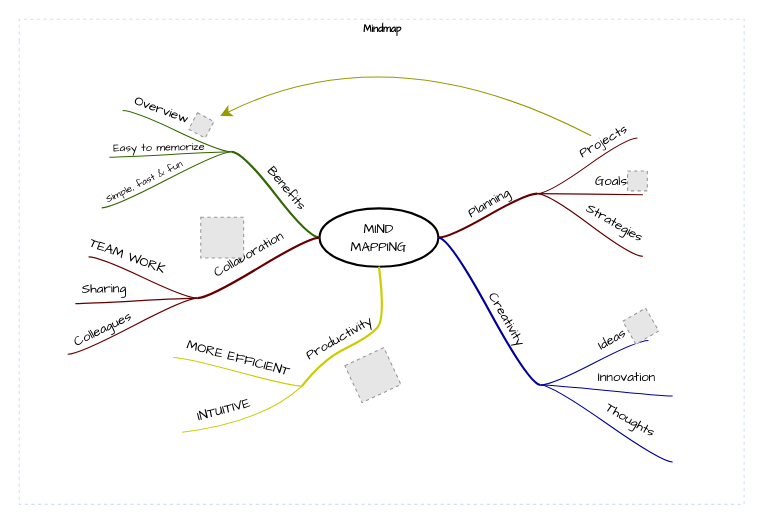
This is Untitled Diagram.drawio from IZeMgg/wincro, a draw.io file, before an edit. Source tidied: cells renumbered, new cells numbered last; positions are measured from the earlier drawing's top-left corner, leaving out a move shared by most shapes. Both pictures are drawn from the tidied source at 110%, with x=0, y=0 at pixel (19, 19). Pictures stored in the file or linked from it are replaced by grey dashed boxes.
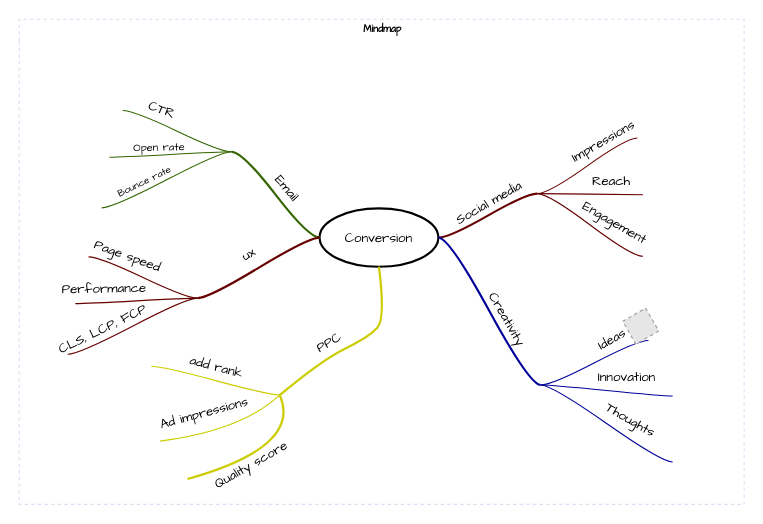
The same diagram, later.

Unchanged cells that the change refers to:
```xml
<mxCell id="2" value="Mindmap" style="swimlane;html=1;startSize=20;horizontal=1;containerType=tree;labelBackgroundColor=none;strokeColor=#D4E1F5;strokeWidth=1;fillColor=none;fontFamily=Comic Sans MS;fontSize=9;swimlaneLine=0;dashed=1;" parent="1" vertex="1">
  <mxGeometry width="659" height="441" as="geometry" />
</mxCell>
<mxCell id="5" style="edgeStyle=entityRelationEdgeStyle;startArrow=none;endArrow=none;segment=10;curved=1;strokeWidth=2;strokeColor=#660000;rounded=0;fontSize=12;startSize=8;endSize=8;" parent="2" edge="1" source="3" target="4">
  <mxGeometry relative="1" as="geometry" />
</mxCell>
<mxCell id="8" style="edgeStyle=entityRelationEdgeStyle;startArrow=none;endArrow=none;segment=10;curved=1;strokeColor=#660000;rounded=0;fontSize=12;startSize=8;endSize=8;" parent="2" edge="1" source="4" target="7">
  <mxGeometry relative="1" as="geometry" />
</mxCell>
<mxCell id="10" style="whiteSpace=wrap;html=1;rounded=1;arcSize=50;align=center;verticalAlign=middle;strokeWidth=1;spacing=4;" parent="2" vertex="1">
  <mxGeometry x="567" y="159" height="1" as="geometry" />
</mxCell>
<mxCell id="11" style="edgeStyle=entityRelationEdgeStyle;startArrow=none;endArrow=none;segment=10;curved=1;strokeColor=#660000;rounded=0;fontSize=12;startSize=8;endSize=8;" parent="2" edge="1" source="4" target="10">
  <mxGeometry relative="1" as="geometry" />
</mxCell>
<mxCell id="14" style="edgeStyle=entityRelationEdgeStyle;startArrow=none;endArrow=none;segment=10;curved=1;strokeColor=#660000;rounded=0;fontSize=12;startSize=8;endSize=8;" parent="2" edge="1" source="4" target="13">
  <mxGeometry relative="1" as="geometry" />
</mxCell>
<mxCell id="32" style="whiteSpace=wrap;html=1;rounded=1;arcSize=50;align=center;verticalAlign=middle;strokeWidth=1;spacing=4;" parent="2" vertex="1">
  <mxGeometry x="193" y="120" height="1" as="geometry" />
</mxCell>
<mxCell id="33" style="edgeStyle=entityRelationEdgeStyle;startArrow=none;endArrow=none;segment=10;curved=1;strokeWidth=2;strokeColor=#336600;rounded=0;fontSize=12;startSize=8;endSize=8;" parent="2" edge="1" source="3" target="32">
  <mxGeometry relative="1" as="geometry" />
</mxCell>
<mxCell id="36" style="edgeStyle=entityRelationEdgeStyle;startArrow=none;endArrow=none;segment=10;curved=1;strokeColor=#336600;rounded=0;fontSize=12;startSize=8;endSize=8;" parent="2" edge="1" source="32" target="35">
  <mxGeometry relative="1" as="geometry" />
</mxCell>
<mxCell id="39" style="edgeStyle=entityRelationEdgeStyle;startArrow=none;endArrow=none;segment=10;curved=1;strokeColor=#336600;rounded=0;fontSize=12;startSize=8;endSize=8;" parent="2" edge="1" source="32" target="38">
  <mxGeometry relative="1" as="geometry" />
</mxCell>
<mxCell id="42" style="edgeStyle=entityRelationEdgeStyle;startArrow=none;endArrow=none;segment=10;curved=1;strokeColor=#336600;rounded=0;fontSize=12;startSize=8;endSize=8;" parent="2" edge="1" source="32" target="41">
  <mxGeometry relative="1" as="geometry" />
</mxCell>
<mxCell id="47" style="whiteSpace=wrap;html=1;rounded=1;arcSize=50;align=center;verticalAlign=middle;strokeWidth=1;spacing=4;" parent="2" vertex="1">
  <mxGeometry x="162" y="253" height="1" as="geometry" />
</mxCell>
<mxCell id="48" style="edgeStyle=entityRelationEdgeStyle;startArrow=none;endArrow=none;segment=10;curved=1;strokeWidth=2;strokeColor=#660000;rounded=0;fontSize=12;startSize=8;endSize=8;" parent="2" edge="1" source="3" target="47">
  <mxGeometry relative="1" as="geometry" />
</mxCell>
<mxCell id="51" style="edgeStyle=entityRelationEdgeStyle;startArrow=none;endArrow=none;segment=10;curved=1;strokeColor=#660000;rounded=0;fontSize=12;startSize=8;endSize=8;" parent="2" edge="1" source="47" target="50">
  <mxGeometry relative="1" as="geometry" />
</mxCell>
<mxCell id="54" style="edgeStyle=entityRelationEdgeStyle;startArrow=none;endArrow=none;segment=10;curved=1;strokeColor=#660000;rounded=0;fontSize=12;startSize=8;endSize=8;" parent="2" edge="1" source="47" target="53">
  <mxGeometry relative="1" as="geometry" />
</mxCell>
<mxCell id="56" style="whiteSpace=wrap;html=1;rounded=1;arcSize=50;align=center;verticalAlign=middle;strokeWidth=1;spacing=4;" parent="2" vertex="1" collapsed="1">
  <mxGeometry x="58" y="216" width="5" as="geometry" />
</mxCell>
<mxCell id="62" style="startArrow=none;endArrow=none;segment=10;strokeWidth=2;strokeColor=#CCCC00;exitX=0.5;exitY=1;curved=1;rounded=0;fontSize=12;startSize=8;endSize=8;" parent="2" edge="1" source="3" target="61">
  <mxGeometry relative="1" as="geometry">
    <Array as="points">
      <mxPoint x="333" y="272" />
      <mxPoint x="318" y="289" />
      <mxPoint x="276" y="309" />
    </Array>
  </mxGeometry>
</mxCell>
<mxCell id="68" style="edgeStyle=entityRelationEdgeStyle;startArrow=none;endArrow=none;segment=10;curved=1;strokeColor=#CCCC00;rounded=0;fontSize=12;startSize=8;endSize=8;" parent="2" edge="1" source="61" target="67">
  <mxGeometry relative="1" as="geometry" />
</mxCell>
```

What changed in the source:
```diff
@@
-    <mxCell id="3" value="&lt;font face=&quot;Comic Sans MS&quot;&gt;MIND&lt;br&gt;MAPPING&lt;/font&gt;" style="ellipse;whiteSpace=wrap;html=1;align=center;strokeWidth=2;" parent="2" vertex="1">
+    <mxCell id="3" value="&lt;font face=&quot;Comic Sans MS&quot;&gt;Conversion&lt;/font&gt;" style="ellipse;whiteSpace=wrap;html=1;align=center;strokeWidth=2;" parent="2" vertex="1">
       <mxGeometry x="273" y="172" width="108" height="53" as="geometry" />
     </mxCell>
@@
-    <mxCell id="6" value="Planning" style="text;html=1;align=center;verticalAlign=middle;labelBackgroundColor=none;rotation=-30;fontFamily=Comic Sans MS;" parent="5" vertex="1">
+    <mxCell id="6" value="Social media" style="text;html=1;align=center;verticalAlign=middle;labelBackgroundColor=none;rotation=-30;fontFamily=Comic Sans MS;" parent="5" vertex="1">
       <mxGeometry x="0.02" y="2" relative="1" as="geometry">
         <mxPoint x="1" y="-9" as="offset" />
       </mxGeometry>
     </mxCell>
@@
-    <mxCell id="9" value="Projects" style="text;html=1;points=[];align=center;verticalAlign=middle;labelBackgroundColor=none;fontFamily=Comic Sans MS;rotation=-30;" parent="8" vertex="1">
+    <mxCell id="9" value="Impressions" style="text;html=1;points=[];align=center;verticalAlign=middle;labelBackgroundColor=none;fontFamily=Comic Sans MS;rotation=-30;" parent="8" vertex="1">
       <mxGeometry x="0.26" relative="1" as="geometry">
         <mxPoint x="3" y="-14" as="offset" />
       </mxGeometry>
     </mxCell>
@@
-    <mxCell id="12" value="Goals" style="text;html=1;align=center;verticalAlign=middle;labelBackgroundColor=none;fontFamily=Comic Sans MS;rotation=0;" parent="11" vertex="1">
+    <mxCell id="12" value="Reach" style="text;html=1;align=center;verticalAlign=middle;labelBackgroundColor=none;fontFamily=Comic Sans MS;rotation=0;" parent="11" vertex="1">
       <mxGeometry x="-0.11" y="-1" relative="1" as="geometry">
         <mxPoint x="24" y="-12" as="offset" />
       </mxGeometry>
     </mxCell>
@@
-    <mxCell id="15" value="Strategies" style="text;html=1;align=center;verticalAlign=middle;labelBackgroundColor=none;fontFamily=Comic Sans MS;rotation=30;" parent="14" vertex="1">
+    <mxCell id="15" value="Engagement" style="text;html=1;align=center;verticalAlign=middle;labelBackgroundColor=none;fontFamily=Comic Sans MS;rotation=30;" parent="14" vertex="1">
       <mxGeometry x="-0.11" y="-1" relative="1" as="geometry">
         <mxPoint x="28" y="1" as="offset" />
       </mxGeometry>
     </mxCell>
@@
-    <mxCell id="30" style="fillColor=#E6E6E6;strokeColor=#999999;dashed=1;html=1;verticalAlign=top;verticalLabelPosition=bottom;labelBackgroundColor=#ffffff;fontFamily=Comic Sans MS;" parent="2" vertex="1">
-      <mxGeometry x="553" y="138" width="18" height="18" as="geometry" />
-    </mxCell>
-    <mxCell id="31" style="edgeStyle=entityRelationEdgeStyle;jumpStyle=arc;html=1;endArrow=classicThin;endFill=1;jettySize=auto;strokeColor=none;strokeWidth=2;fontFamily=Comic Sans MS;rounded=0;fontSize=12;startSize=8;endSize=8;curved=1;" parent="2" edge="1" source="10" target="30">
-      <mxGeometry relative="1" as="geometry" />
-    </mxCell>
@@
-    <mxCell id="34" value="Benefits" style="text;html=1;align=center;verticalAlign=middle;labelBackgroundColor=none;rotation=50;fontFamily=Comic Sans MS;" parent="33" vertex="1">
+    <mxCell id="34" value="Email" style="text;html=1;align=center;verticalAlign=middle;labelBackgroundColor=none;rotation=50;fontFamily=Comic Sans MS;" parent="33" vertex="1">
       <mxGeometry x="0.02" y="2" relative="1" as="geometry">
         <mxPoint x="12" y="-7" as="offset" />
       </mxGeometry>
     </mxCell>
@@
-    <mxCell id="37" value="Simple, fast &amp;amp; fun" style="text;html=1;align=center;verticalAlign=middle;labelBackgroundColor=none;fontFamily=Comic Sans MS;rotation=-26;fontSize=9;" parent="36" vertex="1">
+    <mxCell id="37" value="Bounce rate" style="text;html=1;align=center;verticalAlign=middle;labelBackgroundColor=none;fontFamily=Comic Sans MS;rotation=-26;fontSize=9;" parent="36" vertex="1">
       <mxGeometry x="-0.11" y="-1" relative="1" as="geometry">
         <mxPoint x="-27" y="7" as="offset" />
       </mxGeometry>
     </mxCell>
@@
-    <mxCell id="40" value="Easy to memorize" style="text;html=1;align=center;verticalAlign=middle;labelBackgroundColor=none;fontFamily=Comic Sans MS;rotation=-1;fontSize=10;" parent="39" vertex="1">
+    <mxCell id="40" value="Open rate" style="text;html=1;align=center;verticalAlign=middle;labelBackgroundColor=none;fontFamily=Comic Sans MS;rotation=-1;fontSize=10;" parent="39" vertex="1">
       <mxGeometry x="-0.11" y="-1" relative="1" as="geometry">
         <mxPoint x="-18" y="-6" as="offset" />
       </mxGeometry>
     </mxCell>
@@
-    <mxCell id="43" value="Overview" style="text;html=1;align=center;verticalAlign=middle;labelBackgroundColor=none;fontFamily=Comic Sans MS;rotation=20;" parent="42" vertex="1">
+    <mxCell id="43" value="CTR" style="text;html=1;align=center;verticalAlign=middle;labelBackgroundColor=none;fontFamily=Comic Sans MS;rotation=20;" parent="42" vertex="1">
       <mxGeometry x="0.26" relative="1" as="geometry">
         <mxPoint x="-2" y="-13" as="offset" />
       </mxGeometry>
     </mxCell>
-    <mxCell id="44" style="fillColor=#E6E6E6;strokeColor=#999999;dashed=1;html=1;verticalAlign=top;verticalLabelPosition=bottom;labelBackgroundColor=#ffffff;fontFamily=Comic Sans MS;fontSize=10;rotation=28;" parent="2" vertex="1">
-      <mxGeometry x="157" y="88" width="17" height="17" as="geometry" />
-    </mxCell>
-    <mxCell id="45" style="endArrow=classic;html=1;curved=1;sourcePerimeterSpacing=10;strokeColor=#999900;targetPerimeterSpacing=7;rounded=0;fontSize=12;startSize=8;endSize=8;" parent="2" edge="1" source="9" target="44">
-      <mxGeometry relative="1" as="geometry">
-        <Array as="points">
-          <mxPoint x="338" y="11" />
-        </Array>
-      </mxGeometry>
-    </mxCell>
-    <mxCell id="46" style="jumpStyle=arc;html=1;endArrow=classicThin;endFill=1;jettySize=auto;strokeColor=none;strokeWidth=2;fontFamily=Comic Sans MS;fontSize=10;rounded=0;startSize=8;endSize=8;curved=1;" parent="2" edge="1" source="32" target="44">
-      <mxGeometry relative="1" as="geometry" />
+    <mxCell id="46" style="jumpStyle=arc;html=1;endArrow=classicThin;endFill=1;jettySize=auto;strokeColor=none;strokeWidth=2;fontFamily=Comic Sans MS;fontSize=10;rounded=0;startSize=8;endSize=8;curved=1;" parent="2" edge="1" source="32">
+      <mxGeometry relative="1" as="geometry">
+        <mxPoint x="172.1" y="102.2" as="targetPoint" />
+      </mxGeometry>
     </mxCell>
@@
-    <mxCell id="49" value="Collaboration" style="text;html=1;align=center;verticalAlign=middle;labelBackgroundColor=none;rotation=-30;fontFamily=Comic Sans MS;" parent="48" vertex="1">
+    <mxCell id="49" value="ux" style="text;html=1;align=center;verticalAlign=middle;labelBackgroundColor=none;rotation=-30;fontFamily=Comic Sans MS;" parent="48" vertex="1">
       <mxGeometry x="0.02" y="2" relative="1" as="geometry">
         <mxPoint x="-10" y="-13" as="offset" />
       </mxGeometry>
     </mxCell>
@@
-    <mxCell id="52" value="Colleagues" style="text;html=1;align=center;verticalAlign=middle;labelBackgroundColor=none;fontFamily=Comic Sans MS;rotation=-26;fontSize=12;" parent="51" vertex="1">
+    <mxCell id="52" value="CLS, LCP, FCP" style="text;html=1;align=center;verticalAlign=middle;labelBackgroundColor=none;fontFamily=Comic Sans MS;rotation=-26;fontSize=12;" parent="51" vertex="1">
       <mxGeometry x="-0.11" y="-1" relative="1" as="geometry">
         <mxPoint x="-34" y="8" as="offset" />
       </mxGeometry>
     </mxCell>
@@
-    <mxCell id="55" value="Sharing" style="text;html=1;align=center;verticalAlign=middle;labelBackgroundColor=none;fontFamily=Comic Sans MS;rotation=-1;fontSize=12;" parent="54" vertex="1">
+    <mxCell id="55" value="Performance" style="text;html=1;align=center;verticalAlign=middle;labelBackgroundColor=none;fontFamily=Comic Sans MS;rotation=-1;fontSize=12;" parent="54" vertex="1">
       <mxGeometry x="-0.11" y="-1" relative="1" as="geometry">
         <mxPoint x="-37" y="-9" as="offset" />
       </mxGeometry>
     </mxCell>
@@
     <mxCell id="57" style="edgeStyle=entityRelationEdgeStyle;startArrow=none;endArrow=none;segment=10;curved=1;strokeColor=#660000;rounded=0;fontSize=12;startSize=8;endSize=8;" parent="2" edge="1" source="47" target="56">
-      <mxGeometry relative="1" as="geometry" />
+      <mxGeometry relative="1" as="geometry">
+        <Array as="points">
+          <mxPoint x="111" y="272" />
+        </Array>
+      </mxGeometry>
     </mxCell>
-    <mxCell id="58" value="TEAM WORK" style="text;html=1;align=center;verticalAlign=middle;labelBackgroundColor=none;fontFamily=Comic Sans MS;rotation=20;" parent="57" vertex="1">
+    <mxCell id="58" value="Page speed" style="text;html=1;align=center;verticalAlign=middle;labelBackgroundColor=none;fontFamily=Comic Sans MS;rotation=20;" parent="57" vertex="1">
       <mxGeometry x="0.26" relative="1" as="geometry">
         <mxPoint x="-2" y="-13" as="offset" />
       </mxGeometry>
     </mxCell>
-    <mxCell id="59" style="fillColor=#E6E6E6;strokeColor=#999999;dashed=1;html=1;verticalAlign=top;verticalLabelPosition=bottom;labelBackgroundColor=#ffffff;fontFamily=Comic Sans MS;fontSize=12;fontColor=#000000;align=center;" parent="2" vertex="1">
-      <mxGeometry x="165" y="180" width="39" height="37" as="geometry" />
-    </mxCell>
-    <mxCell id="60" style="edgeStyle=none;jumpStyle=arc;html=1;entryX=0.5;entryY=1;entryPerimeter=0;endArrow=classicThin;endFill=1;jettySize=auto;strokeColor=none;strokeWidth=2;fontFamily=Comic Sans MS;fontSize=12;rounded=0;startSize=8;endSize=8;curved=1;" parent="2" edge="1" source="47" target="59">
-      <mxGeometry relative="1" as="geometry" />
-    </mxCell>
     <mxCell id="61" style="whiteSpace=wrap;html=1;rounded=1;arcSize=50;align=center;verticalAlign=middle;strokeWidth=1;spacing=4;" parent="2" vertex="1">
-      <mxGeometry x="257" y="333" height="1" as="geometry" />
+      <mxGeometry x="237" y="341" height="1" as="geometry" />
     </mxCell>
@@
-    <mxCell id="63" value="Productivity" style="text;html=1;align=center;verticalAlign=middle;labelBackgroundColor=none;rotation=-30;fontFamily=Comic Sans MS;" parent="62" vertex="1">
+    <mxCell id="63" value="PPC" style="text;html=1;align=center;verticalAlign=middle;labelBackgroundColor=none;rotation=-30;fontFamily=Comic Sans MS;" parent="62" vertex="1">
       <mxGeometry x="0.02" y="2" relative="1" as="geometry">
         <mxPoint x="-24" y="-2" as="offset" />
       </mxGeometry>
     </mxCell>
     <mxCell id="64" style="whiteSpace=wrap;html=1;rounded=1;arcSize=50;align=center;verticalAlign=middle;strokeWidth=1;spacing=4;" parent="2" vertex="1">
-      <mxGeometry x="148" y="375" height="1" as="geometry" />
+      <mxGeometry x="128" y="383" height="1" as="geometry" />
     </mxCell>
     <mxCell id="65" style="startArrow=none;endArrow=none;segment=10;strokeColor=#CCCC00;curved=1;rounded=0;fontSize=12;startSize=8;endSize=8;" parent="2" edge="1" source="61" target="64">
       <mxGeometry relative="1" as="geometry">
         <Array as="points">
-          <mxPoint x="222" y="366" />
+          <mxPoint x="202" y="374" />
         </Array>
       </mxGeometry>
     </mxCell>
-    <mxCell id="66" value="INTUITIVE" style="text;html=1;align=center;verticalAlign=middle;labelBackgroundColor=none;fontFamily=Comic Sans MS;rotation=-15;fontSize=12;" parent="65" vertex="1">
+    <mxCell id="66" value="Ad impressions" style="text;html=1;align=center;verticalAlign=middle;labelBackgroundColor=none;fontFamily=Comic Sans MS;rotation=-15;fontSize=12;" parent="65" vertex="1">
       <mxGeometry x="-0.11" y="-1" relative="1" as="geometry">
-        <mxPoint x="-30" y="-10" as="offset" />
+        <mxPoint x="-28" y="-15" as="offset" />
       </mxGeometry>
     </mxCell>
     <mxCell id="67" style="whiteSpace=wrap;html=1;rounded=1;arcSize=50;align=center;verticalAlign=middle;strokeWidth=1;spacing=4;" parent="2" vertex="1">
-      <mxGeometry x="140" y="307" height="1" as="geometry" />
+      <mxGeometry x="120" y="315" height="1" as="geometry" />
     </mxCell>
@@
-    <mxCell id="69" value="MORE EFFICIENT" style="text;html=1;align=center;verticalAlign=middle;labelBackgroundColor=none;fontFamily=Comic Sans MS;rotation=15;fontSize=12;" parent="68" vertex="1">
+    <mxCell id="69" value="add rank" style="text;html=1;align=center;verticalAlign=middle;labelBackgroundColor=none;fontFamily=Comic Sans MS;rotation=15;fontSize=12;" parent="68" vertex="1">
       <mxGeometry x="-0.11" y="-1" relative="1" as="geometry">
         <mxPoint x="-6" y="-13" as="offset" />
       </mxGeometry>
     </mxCell>
-    <mxCell id="70" style="fillColor=#E6E6E6;strokeColor=#999999;dashed=1;html=1;verticalAlign=top;verticalLabelPosition=bottom;labelBackgroundColor=#ffffff;fontFamily=Comic Sans MS;fontSize=12;fontColor=#000000;align=center;rotation=-25;" parent="2" vertex="1">
-      <mxGeometry x="302" y="305" width="39" height="37" as="geometry" />
-    </mxCell>
-    <mxCell id="71" style="edgeStyle=none;jumpStyle=arc;html=1;entryX=0.5;entryY=1;entryPerimeter=0;endArrow=classicThin;endFill=1;jettySize=auto;strokeColor=none;strokeWidth=2;fontFamily=Comic Sans MS;fontSize=12;rounded=0;startSize=8;endSize=8;curved=1;" parent="2" edge="1" source="61" target="70">
-      <mxGeometry relative="1" as="geometry" />
-    </mxCell>
+    <mxCell id="72" style="startArrow=none;endArrow=none;segment=10;strokeWidth=2;strokeColor=#CCCC00;exitX=0.5;exitY=1;curved=1;rounded=0;fontSize=12;startSize=8;endSize=8;" parent="2" edge="1" source="61">
+      <mxGeometry relative="1" as="geometry">
+        <mxPoint x="153" y="418" as="targetPoint" />
+        <Array as="points">
+          <mxPoint x="257" y="389" />
+        </Array>
+      </mxGeometry>
+    </mxCell>
+    <mxCell id="73" value="Quality score" style="text;html=1;align=center;verticalAlign=middle;labelBackgroundColor=none;rotation=-30;fontFamily=Comic Sans MS;" parent="72" vertex="1">
+      <mxGeometry x="0.02" y="2" relative="1" as="geometry">
+        <mxPoint x="-18" y="7" as="offset" />
+      </mxGeometry>
+    </mxCell>
+    <mxCell id="74" style="whiteSpace=wrap;html=1;rounded=1;arcSize=50;align=center;verticalAlign=middle;strokeWidth=1;spacing=4;" parent="2" vertex="1">
+      <mxGeometry x="277" y="394" height="1" as="geometry" />
+    </mxCell>
```
